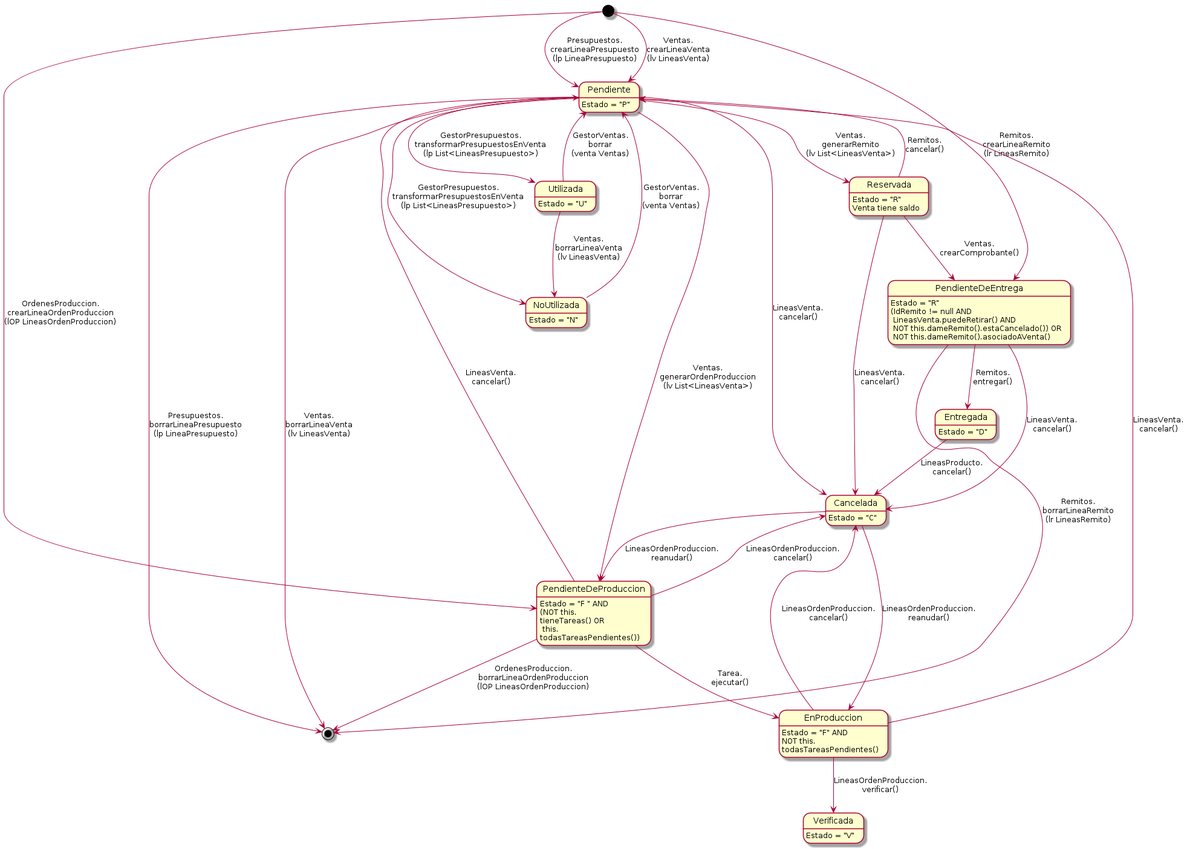
ZMGestion/DocumentacionZMGestion keeps this PlantUML diagram as Informe Final/Imagenes/DiagramasEstado/DiagramaDeEstado/lineasProducto.png. Above is the earlier version.
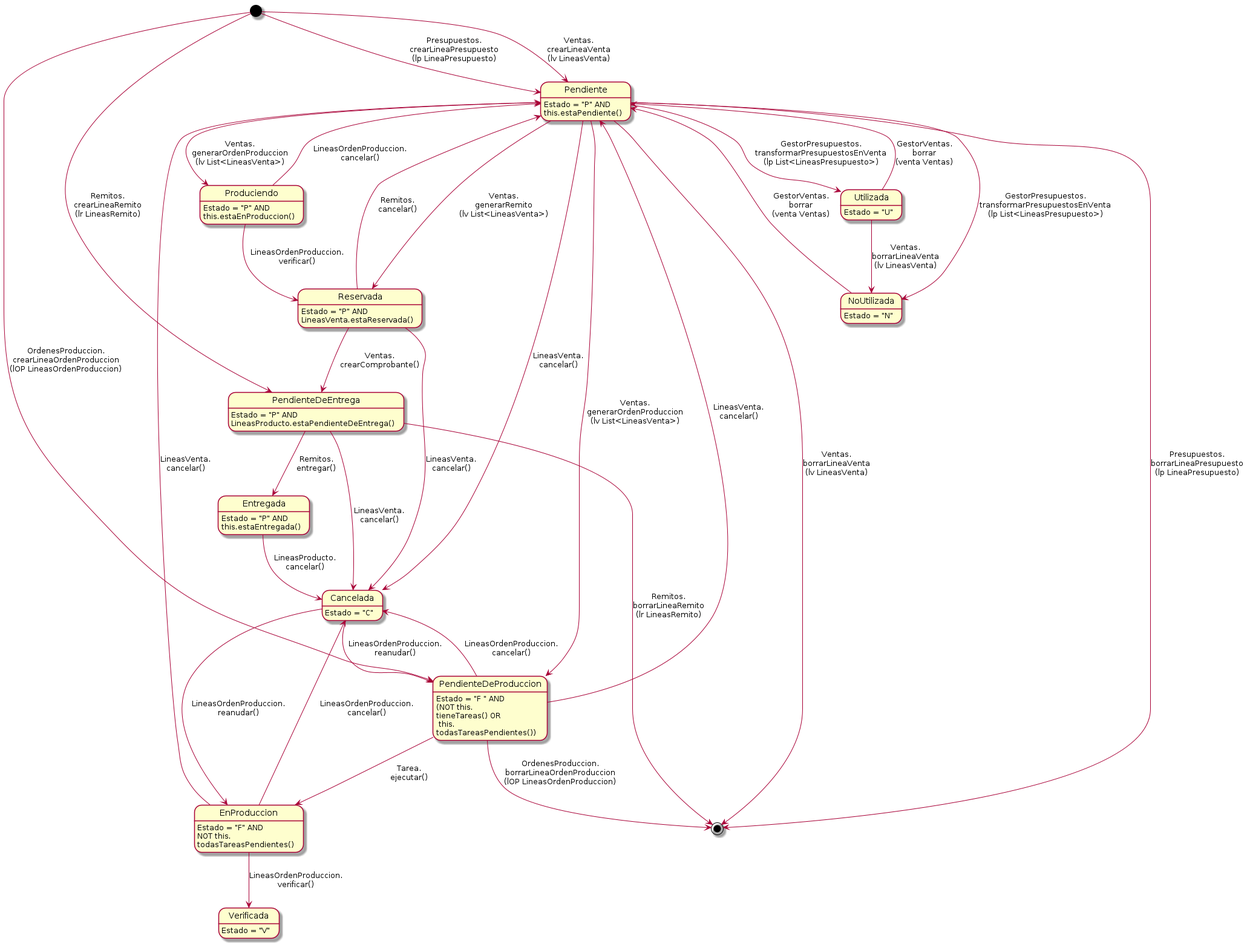
Later version of the same file.

Commit message:
Cambios DiagramaDeEstado e Imagenes

The edit, as a diff of the source:
```diff
@@ -1,5 +1,8 @@
 @startuml lineasProducto
-Pendiente: Estado = "P"
+Pendiente: Estado = "P" AND
+Pendiente: this.estaPendiente()
+Produciendo: Estado = "P" AND
+Produciendo: this.estaEnProduccion()
 Cancelada: Estado = "C"
 NoUtilizada: Estado = "N"
 Utilizada: Estado = "U"
@@ -8,11 +11,12 @@
 EnProduccion: Estado = "F" AND
 EnProduccion: NOT this.\ntodasTareasPendientes()
 Verificada: Estado = "V"
-Reservada: Estado = "R"
-Reservada: Venta tiene saldo
-PendienteDeEntrega: Estado = "R"
-PendienteDeEntrega: (IdRemito != null AND\n LineasVenta.puedeRetirar() AND\n NOT this.dameRemito().estaCancelado()) OR\n NOT this.dameRemito().asociadoAVenta()
-Entregada: Estado = "D"
+Reservada: Estado = "P" AND
+Reservada: LineasVenta.estaReservada()
+PendienteDeEntrega: Estado = "P" AND
+PendienteDeEntrega: LineasProducto.estaPendienteDeEntrega()
+Entregada: Estado = "P" AND
+Entregada: this.estaEntregada()
 
 top to bottom direction
 [*] --> Pendiente: Presupuestos.\ncrearLineaPresupuesto\n(lp LineaPresupuesto)
@@ -29,7 +33,10 @@
 Utilizada --> NoUtilizada: Ventas.\nborrarLineaVenta\n(lv LineasVenta)
 Pendiente --> Cancelada: LineasVenta.\ncancelar()
 Pendiente --> PendienteDeProduccion: Ventas.\ngenerarOrdenProduccion\n(lv List<LineasVenta>)
+Pendiente --> Produciendo: Ventas.\ngenerarOrdenProduccion\n(lv List<LineasVenta>)
 Pendiente --> Reservada: Ventas.\ngenerarRemito\n(lv List<LineasVenta>)
+Produciendo --> Pendiente: LineasOrdenProduccion.\ncancelar()
+Produciendo --> Reservada: LineasOrdenProduccion.\nverificar()
 Reservada --> Pendiente: Remitos.\ncancelar()
 PendienteDeProduccion --> Cancelada: LineasOrdenProduccion.\ncancelar()
 PendienteDeProduccion --> EnProduccion: Tarea.\nejecutar()
```
